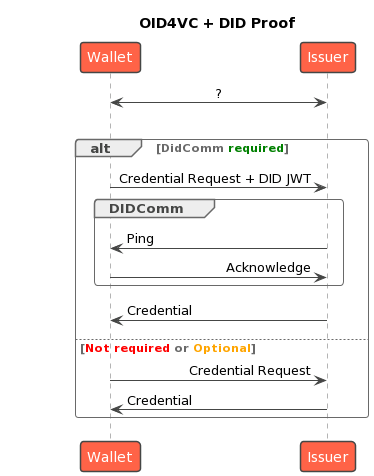
Above: Diagramme/OID4VCI/DID_Proof/did_proof.png in IDunion/OpenIDIDComm (PlantUML), before the change. Source of this version:
```plantuml
@startuml
!theme vibrant
!pragma teoz true
title "OID4VC + DID Proof"
participant Wallet
participant "Issuer" as CI
skinparam ParticipantPadding 75
skinparam sequenceMessageAlign reverseDirection

Wallet <-> CI: ?
|||
alt DidComm <color green>required</color>
   Wallet -> CI: Credential Request + DID JWT
   group DIDComm
      Wallet <- CI: Ping
      Wallet -> CI: Acknowledge
   end
   Wallet <- CI: Credential
else <color red>Not required</color> or <color orange>Optional</color>
   Wallet -> CI: Credential Request
   Wallet <- CI: Credential
end
@enduml
```
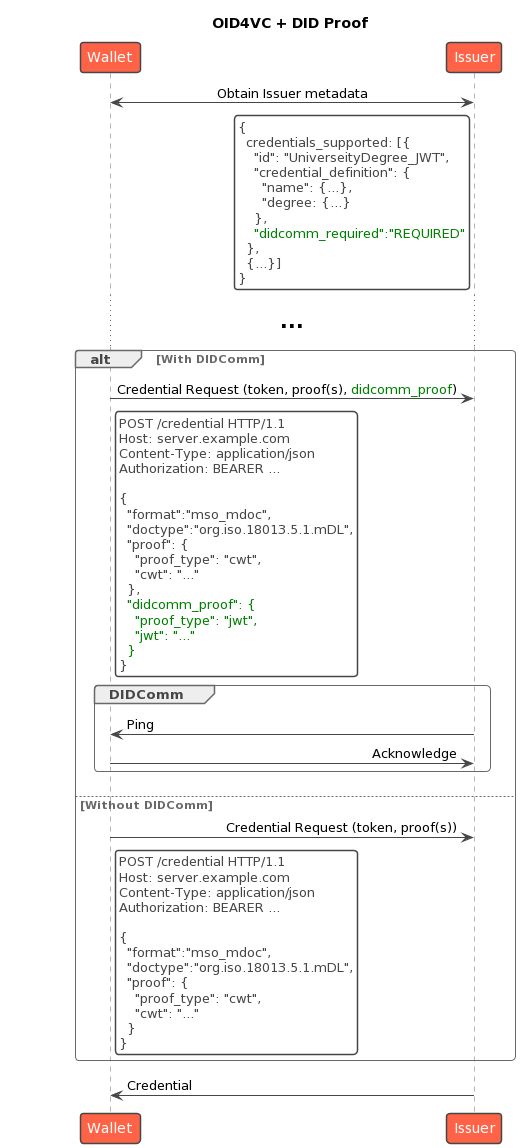
The same file after the commit.

Commit message:
Refactored OID4VC - DID-Proof / SIOP Diagramms

The edit, as a diff of the source:
```diff
@@ -7,17 +7,66 @@
 skinparam ParticipantPadding 75
 skinparam sequenceMessageAlign reverseDirection
 
-Wallet <-> CI: ?
-|||
-alt DidComm <color green>required</color>
-   Wallet -> CI: Credential Request + DID JWT
-   group DIDComm
-      Wallet <- CI: Ping
-      Wallet -> CI: Acknowledge
-   end
-   Wallet <- CI: Credential
-else <color red>Not required</color> or <color orange>Optional</color>
-   Wallet -> CI: Credential Request
-   Wallet <- CI: Credential
+Wallet <-> CI: Obtain Issuer metadata
+rnote left of CI #FFFFFF
+{
+  credentials_supported: [{
+    "id": "UniverseityDegree_JWT",
+    "credential_definition": {
+      "name": {...},
+      "degree: {...}
+    },
+    <color green>"didcomm_required":"REQUIRED"</color>
+  },
+  {...}]
+}
+end rnote
+
+... <size:20>**...**</size> ...
+
+alt With DIDComm
+  Wallet -> CI: Credential Request (token, proof(s), <color green>didcomm_proof</color>)
+  rnote right of Wallet #FFFFFF
+POST /credential HTTP/1.1
+Host: server.example.com
+Content-Type: application/json
+Authorization: BEARER ...
+
+{
+  "format":"mso_mdoc",
+  "doctype":"org.iso.18013.5.1.mDL",
+  "proof": {
+    "proof_type": "cwt",
+    "cwt": "..."
+  },
+  <color green>"didcomm_proof": {</color>
+    <color green>"proof_type": "jwt",</color>
+    <color green>"jwt": "..."</color>
+  <color green>}</color>
+}
+  end rnote
+  group DIDComm
+    Wallet <- CI: Ping
+    Wallet -> CI: Acknowledge
+  end
+else Without DIDComm
+  Wallet -> CI: Credential Request (token, proof(s))
+  rnote right of Wallet #FFFFFF
+POST /credential HTTP/1.1
+Host: server.example.com
+Content-Type: application/json
+Authorization: BEARER ...
+
+{
+  "format":"mso_mdoc",
+  "doctype":"org.iso.18013.5.1.mDL",
+  "proof": {
+    "proof_type": "cwt",
+    "cwt": "..."
+  }
+}
+  end rnote
 end
+
+Wallet <- CI: Credential
 @enduml
```
